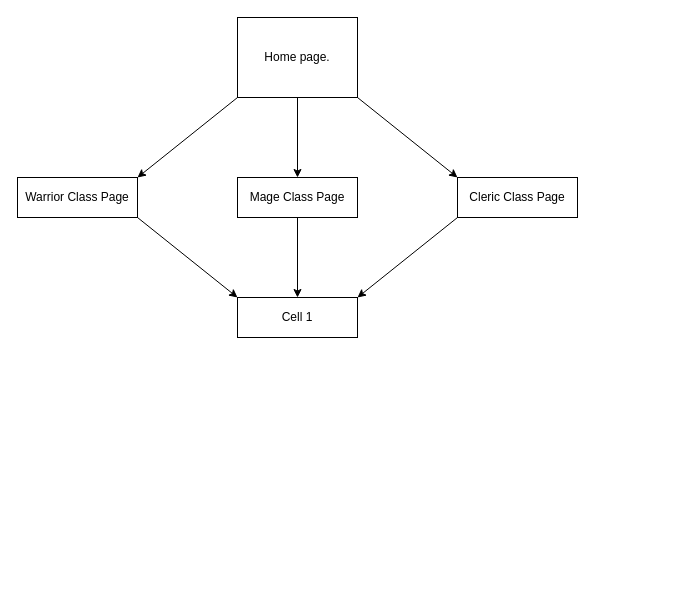
andypandy31/Webtech-Assessment1 keeps this draw.io diagram as TEST.drawio. Above is the earlier version. Source tidied: cells renumbered, new cells numbered last; positions are measured from the earlier drawing's top-left corner, leaving out a move shared by most shapes. Both pictures are drawn from the tidied source at 100%, with x=0, y=0 at pixel (17, 17).
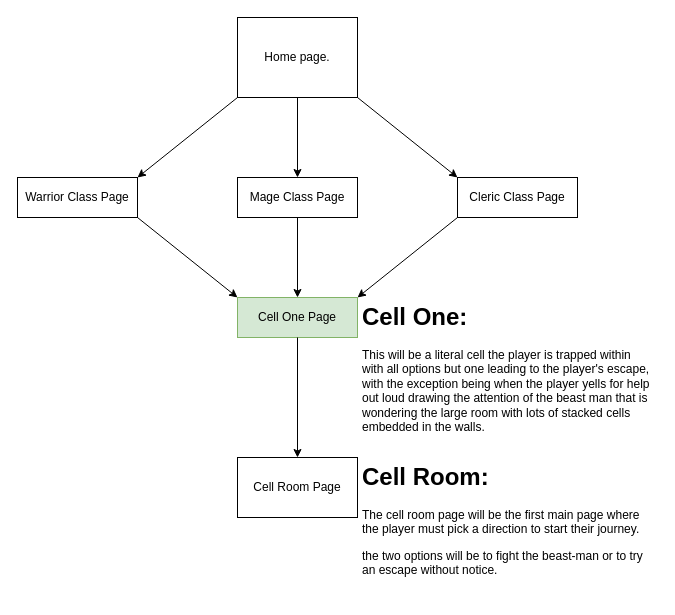
The same page after the edit.

Diff of the diagram source:
```diff
@@
 <mxGraphModel>
   <root>
     <mxCell id="0" />
     <mxCell id="1" parent="0" />
     <mxCell id="2" style="endArrow=classic;html=1;rounded=0;exitX=0.5;exitY=1;exitDx=0;exitDy=0;" parent="1" edge="1">
       <mxGeometry relative="1" as="geometry">
         <mxPoint x="280" y="80" as="sourcePoint" />
         <mxPoint x="280" y="160" as="targetPoint" />
       </mxGeometry>
     </mxCell>
     <mxCell id="3" style="endArrow=classic;html=1;rounded=0;exitX=1;exitY=1;exitDx=0;exitDy=0;" parent="1" edge="1" source="5">
       <mxGeometry relative="1" as="geometry">
         <mxPoint x="440" y="160" as="targetPoint" />
       </mxGeometry>
     </mxCell>
     <mxCell id="4" style="endArrow=classic;html=1;rounded=0;exitX=0;exitY=1;exitDx=0;exitDy=0;" parent="1" edge="1" source="5">
       <mxGeometry relative="1" as="geometry">
         <mxPoint x="120" y="160" as="targetPoint" />
       </mxGeometry>
     </mxCell>
     <mxCell id="5" value="Home page." style="rounded=0;whiteSpace=wrap;html=1;" parent="1" vertex="1">
       <mxGeometry x="220" width="120" height="80" as="geometry" />
     </mxCell>
     <mxCell id="6" value="Mage Class Page" style="rounded=0;whiteSpace=wrap;html=1;" parent="1" vertex="1">
       <mxGeometry x="220" y="160" width="120" height="40" as="geometry" />
     </mxCell>
     <mxCell id="7" value="Cleric Class Page" style="rounded=0;whiteSpace=wrap;html=1;" parent="1" vertex="1">
       <mxGeometry x="440" y="160" width="120" height="40" as="geometry" />
     </mxCell>
     <mxCell id="8" value="Warrior Class Page" style="rounded=0;whiteSpace=wrap;html=1;" parent="1" vertex="1">
       <mxGeometry y="160" width="120" height="40" as="geometry" />
     </mxCell>
     <mxCell id="9" style="endArrow=classic;html=1;rounded=0;exitX=1;exitY=1;exitDx=0;exitDy=0;entryX=0;entryY=0;entryDx=0;entryDy=0;" parent="1" edge="1" source="8" target="10">
       <mxGeometry relative="1" as="geometry" />
     </mxCell>
-    <mxCell id="10" value="Cell 1" style="rounded=0;whiteSpace=wrap;html=1;" parent="1" vertex="1">
+    <mxCell id="10" value="Cell One Page" style="rounded=0;whiteSpace=wrap;html=1;fillColor=#d5e8d4;strokeColor=#82b366;" parent="1" vertex="1">
       <mxGeometry x="220" y="280" width="120" height="40" as="geometry" />
     </mxCell>
     <mxCell id="11" style="endArrow=classic;html=1;rounded=0;exitX=0.5;exitY=1;exitDx=0;exitDy=0;" parent="1" edge="1" source="6" target="10">
       <mxGeometry relative="1" as="geometry" />
     </mxCell>
     <mxCell id="12" style="endArrow=classic;html=1;rounded=0;exitX=0;exitY=1;exitDx=0;exitDy=0;entryX=1;entryY=0;entryDx=0;entryDy=0;" parent="1" edge="1" source="7" target="10">
       <mxGeometry relative="1" as="geometry" />
     </mxCell>
+    <mxCell id="13" style="endArrow=classic;html=1;rounded=0;exitX=0.5;exitY=1;exitDx=0;exitDy=0;" parent="1" edge="1" source="10">
+      <mxGeometry relative="1" as="geometry">
+        <mxPoint x="280" y="440" as="targetPoint" />
+      </mxGeometry>
+    </mxCell>
+    <mxCell id="14" value="&lt;h1&gt;Cell One:&lt;/h1&gt;&lt;p&gt;This will be a literal cell the player is trapped within with all options but one leading to the player's escape, with the exception being when the player yells for help out loud drawing the attention of the beast man that is wondering the large room with lots of stacked cells embedded in the walls.&lt;/p&gt;" style="text;html=1;spacing=5;spacingTop=-20;whiteSpace=wrap;overflow=hidden;rounded=0;" parent="1" vertex="1">
+      <mxGeometry x="340" y="280" width="300" height="140" as="geometry" />
+    </mxCell>
+    <mxCell id="15" value="Cell Room Page" style="rounded=0;whiteSpace=wrap;html=1;" parent="1" vertex="1">
+      <mxGeometry x="220" y="440" width="120" height="60" as="geometry" />
+    </mxCell>
+    <mxCell id="16" value="&lt;h1&gt;Cell Room:&lt;/h1&gt;&lt;p&gt;The cell room page will be the first main page where the player must pick a direction to start their journey.&lt;/p&gt;&lt;p&gt;the two options will be to fight the beast-man or to try an escape without notice.&lt;/p&gt;" style="text;html=1;spacing=5;spacingTop=-20;whiteSpace=wrap;overflow=hidden;rounded=0;" parent="1" vertex="1">
+      <mxGeometry x="340" y="440" width="300" height="140" as="geometry" />
+    </mxCell>
   </root>
 </mxGraphModel>
```
